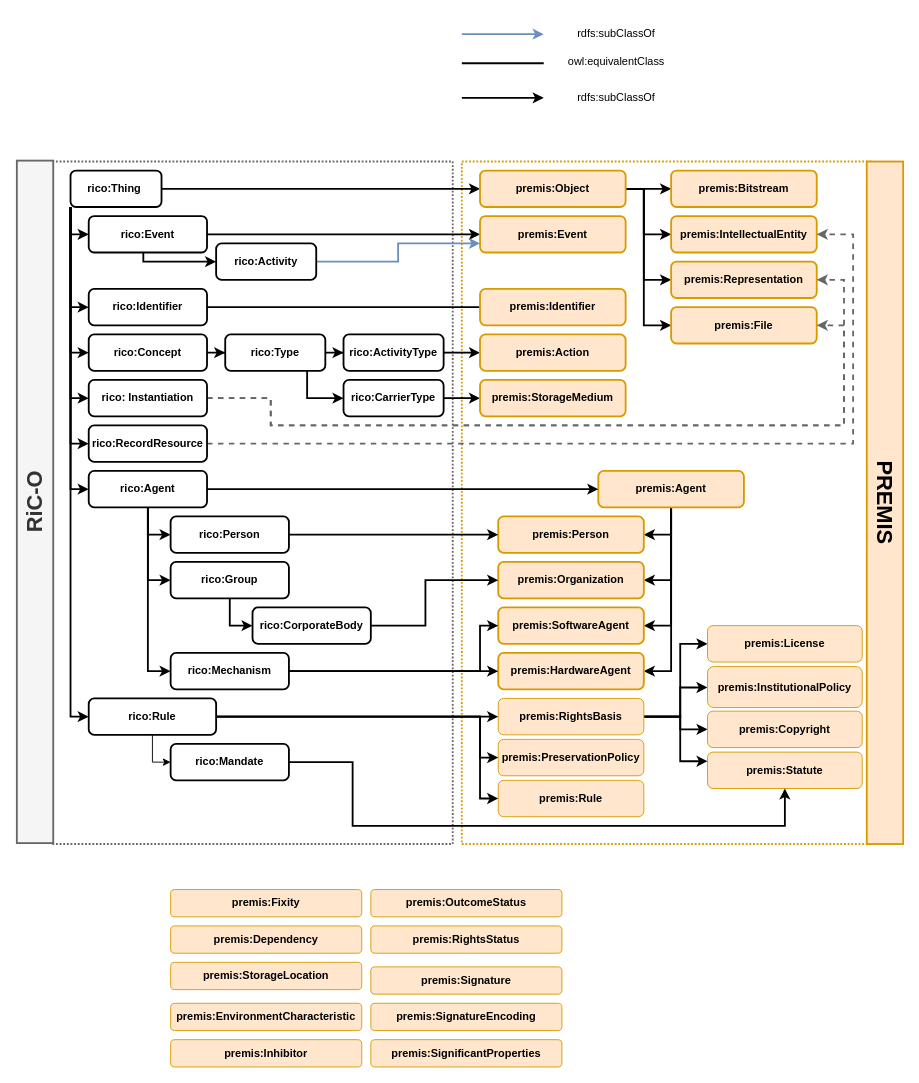
This is page "Page-3" (3 of 4) of PREMIS-ontology.drawio from mgdamig/Extending-RiC--CM-to-Capture-Digital-Preservation-Purposes, a draw.io file, before an edit. Source tidied: cells renumbered, new cells numbered last; positions are measured from the earlier drawing's top-left corner, leaving out a move shared by most shapes. Both pictures are drawn from the tidied source at 91%, with x=0, y=0 at pixel (-307, 15).
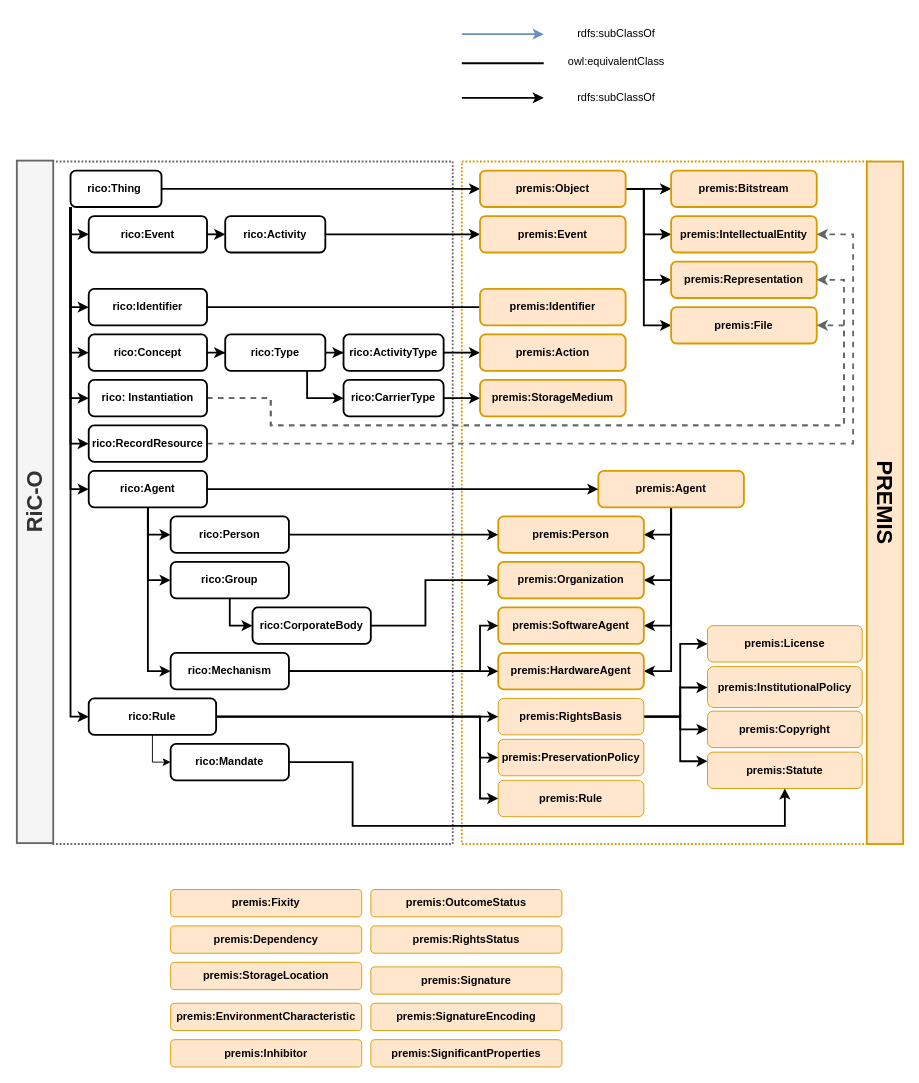
The same diagram, later.

Unchanged cells that the change refers to:
```xml
<mxCell id="15" value="rico:Event" style="rounded=1;whiteSpace=wrap;html=1;fontStyle=1;strokeWidth=2;" parent="1" vertex="1">
  <mxGeometry x="434" y="220" width="130" height="40" as="geometry" />
</mxCell>
<mxCell id="18" value="premis:Event" style="rounded=1;whiteSpace=wrap;html=1;fontStyle=1;fillColor=#ffe6cc;strokeColor=#d79b00;strokeWidth=2;" parent="1" vertex="1">
  <mxGeometry x="864" y="220" width="160" height="40" as="geometry" />
</mxCell>
```

Diff of the diagram source:
```diff
@@
     <mxCell id="13" style="edgeStyle=orthogonalEdgeStyle;rounded=0;jettySize=auto;html=1;entryX=0;entryY=0.5;entryDx=0;entryDy=0;strokeWidth=2;" parent="1" edge="1" source="15" target="17">
       <mxGeometry relative="1" as="geometry">
         <Array as="points">
-          <mxPoint x="494" y="270" />
+          <mxPoint x="584" y="240" />
+          <mxPoint x="584" y="240" />
         </Array>
       </mxGeometry>
     </mxCell>
-    <mxCell id="14" style="edgeStyle=orthogonalEdgeStyle;rounded=0;jettySize=auto;html=1;exitX=1;exitY=0.5;exitDx=0;exitDy=0;entryX=0;entryY=0.5;entryDx=0;entryDy=0;strokeWidth=2;" parent="1" edge="1" source="15" target="18">
-      <mxGeometry relative="1" as="geometry" />
-    </mxCell>
@@
-    <mxCell id="16" style="edgeStyle=orthogonalEdgeStyle;rounded=0;jettySize=auto;html=1;fillColor=#dae8fc;strokeColor=#6c8ebf;strokeWidth=2;entryX=0;entryY=0.75;entryDx=0;entryDy=0;" parent="1" edge="1" source="17" target="18">
+    <mxCell id="16" style="edgeStyle=orthogonalEdgeStyle;rounded=0;jettySize=auto;html=1;fillColor=#dae8fc;strokeColor=#000000;strokeWidth=2;entryX=0;entryY=0.5;entryDx=0;entryDy=0;" parent="1" edge="1" source="17" target="18">
       <mxGeometry relative="1" as="geometry" />
     </mxCell>
     <mxCell id="17" value="rico:Activity" style="rounded=1;whiteSpace=wrap;html=1;fontStyle=1;strokeWidth=2;" parent="1" vertex="1">
-      <mxGeometry x="574" y="250" width="110" height="40" as="geometry" />
+      <mxGeometry x="584" y="220" width="110" height="40" as="geometry" />
     </mxCell>
```
